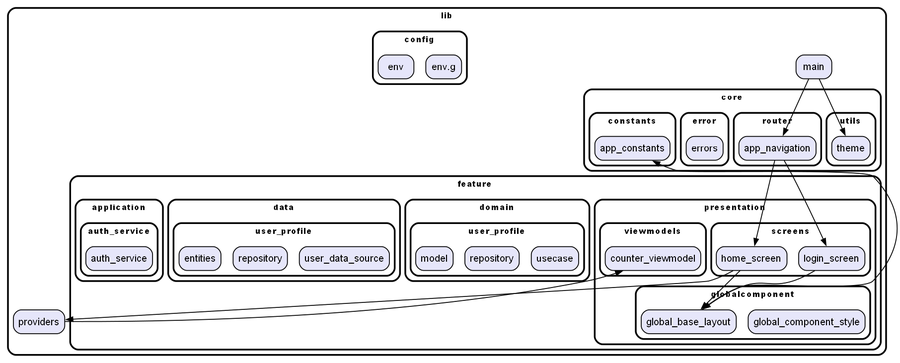
Before: app/dependency_graph.png, a diagram exported from Graphviz (iniyo/init_package). Its source is kept beside it as app/dependency_graph.dot.
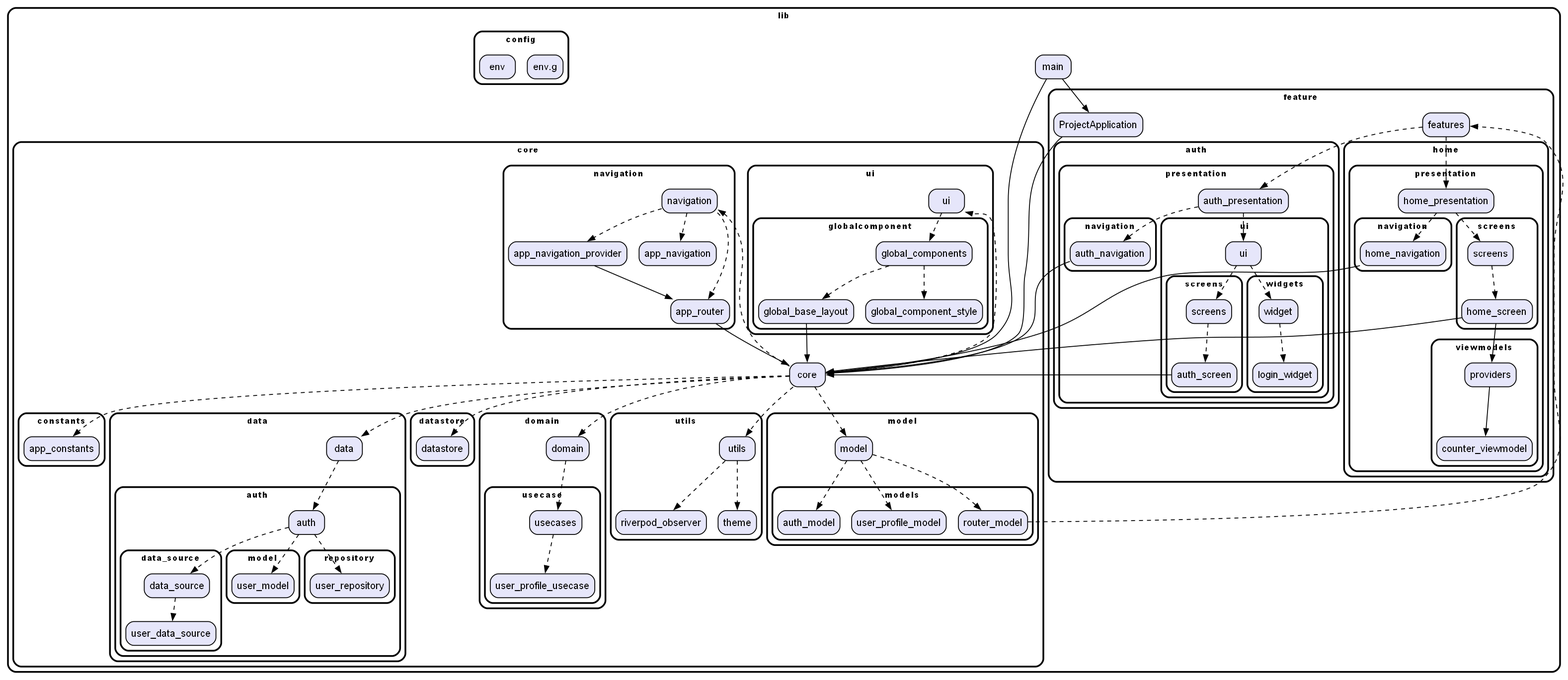
After the commit.

What changed in the source:
```diff
@@ -5,27 +5,51 @@
   "/config/env.dart" [label="env"];
   "/config/env.g.dart" [label="env.g"];
   "/core/constants/app_constants.dart" [label="app_constants"];
-  "/core/error/errors.dart" [label="errors"];
-  "/core/router/app_navigation.dart" [label="app_navigation"];
+  "/core/core.dart" [label="core"];
+  "/core/data/auth/auth.dart" [label="auth"];
+  "/core/data/auth/data_source/data_source.dart" [label="data_source"];
+  "/core/data/auth/data_source/user_data_source.dart" [label="user_data_source"];
+  "/core/data/auth/model/user_model.dart" [label="user_model"];
+  "/core/data/auth/repository/user_repository.dart" [label="user_repository"];
+  "/core/data/data.dart" [label="data"];
+  "/core/datastore/datastore.dart" [label="datastore"];
+  "/core/domain/domain.dart" [label="domain"];
+  "/core/domain/usecase/usecases.dart" [label="usecases"];
+  "/core/domain/usecase/user_profile_usecase.dart" [label="user_profile_usecase"];
+  "/core/model/model.dart" [label="model"];
+  "/core/model/models/auth_model.dart" [label="auth_model"];
+  "/core/model/models/router_model.dart" [label="router_model"];
+  "/core/model/models/user_profile_model.dart" [label="user_profile_model"];
+  "/core/navigation/app_navigation.dart" [label="app_navigation"];
+  "/core/navigation/app_navigation_provider.dart" [label="app_navigation_provider"];
+  "/core/navigation/app_router.dart" [label="app_router"];
+  "/core/navigation/navigation.dart" [label="navigation"];
+  "/core/ui/globalcomponent/global_base_layout.dart" [label="global_base_layout"];
+  "/core/ui/globalcomponent/global_components.dart" [label="global_components"];
+  "/core/ui/globalcomponent/global_component_style.dart" [label="global_component_style"];
+  "/core/ui/ui.dart" [label="ui"];
+  "/core/utils/riverpod_observer.dart" [label="riverpod_observer"];
   "/core/utils/theme.dart" [label="theme"];
-  "/feature/application/auth_service/auth_service.dart" [label="auth_service"];
-  "/feature/data/user_profile/entities.dart" [label="entities"];
-  "/feature/data/user_profile/repository.dart" [label="repository"];
-  "/feature/data/user_profile/user_data_source.dart" [label="user_data_source"];
-  "/feature/domain/user_profile/model.dart" [label="model"];
-  "/feature/domain/user_profile/repository.dart" [label="repository"];
-  "/feature/domain/user_profile/usecase.dart" [label="usecase"];
-  "/feature/presentation/globalcomponent/global_base_layout.dart" [label="global_base_layout"];
-  "/feature/presentation/globalcomponent/global_component_style.dart" [label="global_component_style"];
-  "/feature/presentation/screens/home_screen.dart" [label="home_screen"];
-  "/feature/presentation/screens/login_screen.dart" [label="login_screen"];
-  "/feature/presentation/viewmodels/counter_viewmodel.dart" [label="counter_viewmodel"];
+  "/core/utils/utils.dart" [label="utils"];
+  "/feature/auth/presentation/auth_presentation.dart" [label="auth_presentation"];
+  "/feature/auth/presentation/navigation/auth_navigation.dart" [label="auth_navigation"];
+  "/feature/auth/presentation/ui/screens/auth_screen.dart" [label="auth_screen"];
+  "/feature/auth/presentation/ui/screens/screens.dart" [label="screens"];
+  "/feature/auth/presentation/ui/ui.dart" [label="ui"];
+  "/feature/auth/presentation/ui/widgets/login_widget.dart" [label="login_widget"];
+  "/feature/auth/presentation/ui/widgets/widget.dart" [label="widget"];
+  "/feature/features.dart" [label="features"];
+  "/feature/home/presentation/home_presentation.dart" [label="home_presentation"];
+  "/feature/home/presentation/navigation/home_navigation.dart" [label="home_navigation"];
+  "/feature/home/presentation/screens/home_screen.dart" [label="home_screen"];
+  "/feature/home/presentation/screens/screens.dart" [label="screens"];
+  "/feature/home/presentation/viewmodels/counter_viewmodel.dart" [label="counter_viewmodel"];
+  "/feature/home/presentation/viewmodels/providers.dart" [label="providers"];
+  "/feature/ProjectApplication.dart" [label="ProjectApplication"];
   "/main.dart" [label="main"];
-  "/providers.dart" [label="providers"];
   subgraph "cluster~" {
     label="lib";
     "/main.dart";
-    "/providers.dart";
     subgraph "cluster~/config" {
       label="config";
       "/config/env.dart";
@@ -33,76 +57,179 @@
     }
     subgraph "cluster~/core" {
       label="core";
+      "/core/core.dart";
       subgraph "cluster~/core/constants" {
         label="constants";
         "/core/constants/app_constants.dart";
       }
-      subgraph "cluster~/core/error" {
-        label="error";
-        "/core/error/errors.dart";
+      subgraph "cluster~/core/data" {
+        label="data";
+        "/core/data/data.dart";
+        subgraph "cluster~/core/data/auth" {
+          label="auth";
+          "/core/data/auth/auth.dart";
+          subgraph "cluster~/core/data/auth/data_source" {
+            label="data_source";
+            "/core/data/auth/data_source/data_source.dart";
+            "/core/data/auth/data_source/user_data_source.dart";
+          }
+          subgraph "cluster~/core/data/auth/model" {
+            label="model";
+            "/core/data/auth/model/user_model.dart";
+          }
+          subgraph "cluster~/core/data/auth/repository" {
+            label="repository";
+            "/core/data/auth/repository/user_repository.dart";
+          }
+        }
       }
-      subgraph "cluster~/core/router" {
-        label="router";
-        "/core/router/app_navigation.dart";
+      subgraph "cluster~/core/datastore" {
+        label="datastore";
+        "/core/datastore/datastore.dart";
+      }
+      subgraph "cluster~/core/domain" {
+        label="domain";
+        "/core/domain/domain.dart";
+        subgraph "cluster~/core/domain/usecase" {
+          label="usecase";
+          "/core/domain/usecase/usecases.dart";
+          "/core/domain/usecase/user_profile_usecase.dart";
+        }
+      }
+      subgraph "cluster~/core/model" {
+        label="model";
+        "/core/model/model.dart";
+        subgraph "cluster~/core/model/models" {
+          label="models";
+          "/core/model/models/auth_model.dart";
+          "/core/model/models/router_model.dart";
+          "/core/model/models/user_profile_model.dart";
+        }
+      }
+      subgraph "cluster~/core/navigation" {
+        label="navigation";
+        "/core/navigation/app_navigation.dart";
+        "/core/navigation/app_navigation_provider.dart";
+        "/core/navigation/app_router.dart";
+        "/core/navigation/navigation.dart";
+      }
+      subgraph "cluster~/core/ui" {
+        label="ui";
+        "/core/ui/ui.dart";
+        subgraph "cluster~/core/ui/globalcomponent" {
+          label="globalcomponent";
+          "/core/ui/globalcomponent/global_base_layout.dart";
+          "/core/ui/globalcomponent/global_components.dart";
+          "/core/ui/globalcomponent/global_component_style.dart";
+        }
       }
       subgraph "cluster~/core/utils" {
         label="utils";
+        "/core/utils/riverpod_observer.dart";
         "/core/utils/theme.dart";
+        "/core/utils/utils.dart";
       }
     }
     subgraph "cluster~/feature" {
       label="feature";
-      subgraph "cluster~/feature/application" {
-        label="application";
-        subgraph "cluster~/feature/application/auth_service" {
-          label="auth_service";
-          "/feature/application/auth_service/auth_service.dart";
+      "/feature/features.dart";
+      "/feature/ProjectApplication.dart";
+      subgraph "cluster~/feature/auth" {
+        label="auth";
+        subgraph "cluster~/feature/auth/presentation" {
+          label="presentation";
+          "/feature/auth/presentation/auth_presentation.dart";
+          subgraph "cluster~/feature/auth/presentation/navigation" {
+            label="navigation";
+            "/feature/auth/presentation/navigation/auth_navigation.dart";
+          }
+          subgraph "cluster~/feature/auth/presentation/ui" {
+            label="ui";
+            "/feature/auth/presentation/ui/ui.dart";
+            subgraph "cluster~/feature/auth/presentation/ui/screens" {
+              label="screens";
+              "/feature/auth/presentation/ui/screens/auth_screen.dart";
+              "/feature/auth/presentation/ui/screens/screens.dart";
+            }
+            subgraph "cluster~/feature/auth/presentation/ui/widgets" {
+              label="widgets";
+              "/feature/auth/presentation/ui/widgets/login_widget.dart";
+              "/feature/auth/presentation/ui/widgets/widget.dart";
+            }
+          }
         }
       }
-      subgraph "cluster~/feature/data" {
-        label="data";
-        subgraph "cluster~/feature/data/user_profile" {
-          label="user_profile";
-          "/feature/data/user_profile/entities.dart";
-          "/feature/data/user_profile/repository.dart";
-          "/feature/data/user_profile/user_data_source.dart";
-        }
-      }
-      subgraph "cluster~/feature/domain" {
-        label="domain";
-        subgraph "cluster~/feature/domain/user_profile" {
-          label="user_profile";
-          "/feature/domain/user_profile/model.dart";
-          "/feature/domain/user_profile/repository.dart";
-          "/feature/domain/user_profile/usecase.dart";
-        }
-      }
-      subgraph "cluster~/feature/presentation" {
-        label="presentation";
-        subgraph "cluster~/feature/presentation/globalcomponent" {
-          label="globalcomponent";
-          "/feature/presentation/globalcomponent/global_base_layout.dart";
-          "/feature/presentation/globalcomponent/global_component_style.dart";
-        }
-        subgraph "cluster~/feature/presentation/screens" {
-          label="screens";
-          "/feature/presentation/screens/home_screen.dart";
-          "/feature/presentation/screens/login_screen.dart";
-        }
-        subgraph "cluster~/feature/presentation/viewmodels" {
-          label="viewmodels";
-          "/feature/presentation/viewmodels/counter_viewmodel.dart";
+      subgraph "cluster~/feature/home" {
+        label="home";
+        subgraph "cluster~/feature/home/presentation" {
+          label="presentation";
+          "/feature/home/presentation/home_presentation.dart";
+          subgraph "cluster~/feature/home/presentation/navigation" {
+            label="navigation";
+            "/feature/home/presentation/navigation/home_navigation.dart";
+          }
+          subgraph "cluster~/feature/home/presentation/screens" {
+            label="screens";
+            "/feature/home/presentation/screens/home_screen.dart";
+            "/feature/home/presentation/screens/screens.dart";
+          }
+          subgraph "cluster~/feature/home/presentation/viewmodels" {
+            label="viewmodels";
+            "/feature/home/presentation/viewmodels/counter_viewmodel.dart";
+            "/feature/home/presentation/viewmodels/providers.dart";
+          }
         }
       }
     }
   }
-  "/core/router/app_navigation.dart" -> "/feature/presentation/screens/home_screen.dart";
-  "/core/router/app_navigation.dart" -> "/feature/presentation/screens/login_screen.dart";
-  "/feature/presentation/globalcomponent/global_base_layout.dart" -> "/core/constants/app_constants.dart";
-  "/feature/presentation/screens/home_screen.dart" -> "/feature/presentation/globalcomponent/global_base_layout.dart";
-  "/feature/presentation/screens/home_screen.dart" -> "/providers.dart";
-  "/feature/presentation/screens/login_screen.dart" -> "/feature/presentation/globalcomponent/global_base_layout.dart";
-  "/main.dart" -> "/core/utils/theme.dart";
-  "/main.dart" -> "/core/router/app_navigation.dart";
-  "/providers.dart" -> "/feature/presentation/viewmodels/counter_viewmodel.dart";
+  "/core/core.dart" -> "/core/constants/app_constants.dart" [style=dashed];
+  "/core/core.dart" -> "/core/data/data.dart" [style=dashed];
+  "/core/core.dart" -> "/core/domain/domain.dart" [style=dashed];
+  "/core/core.dart" -> "/core/model/model.dart" [style=dashed];
+  "/core/core.dart" -> "/core/navigation/navigation.dart" [style=dashed];
+  "/core/core.dart" -> "/core/ui/ui.dart" [style=dashed];
+  "/core/core.dart" -> "/core/utils/utils.dart" [style=dashed];
+  "/core/core.dart" -> "/core/datastore/datastore.dart" [style=dashed];
+  "/core/data/auth/auth.dart" -> "/core/data/auth/repository/user_repository.dart" [style=dashed];
+  "/core/data/auth/auth.dart" -> "/core/data/auth/data_source/data_source.dart" [style=dashed];
+  "/core/data/auth/auth.dart" -> "/core/data/auth/model/user_model.dart" [style=dashed];
+  "/core/data/auth/data_source/data_source.dart" -> "/core/data/auth/data_source/user_data_source.dart" [style=dashed];
+  "/core/data/data.dart" -> "/core/data/auth/auth.dart" [style=dashed];
+  "/core/domain/domain.dart" -> "/core/domain/usecase/usecases.dart" [style=dashed];
+  "/core/domain/usecase/usecases.dart" -> "/core/domain/usecase/user_profile_usecase.dart" [style=dashed];
+  "/core/model/model.dart" -> "/core/model/models/router_model.dart" [style=dashed];
+  "/core/model/model.dart" -> "/core/model/models/user_profile_model.dart" [style=dashed];
+  "/core/model/model.dart" -> "/core/model/models/auth_model.dart" [style=dashed];
+  "/core/model/models/router_model.dart" -> "/feature/features.dart" [style=dashed];
+  "/core/navigation/app_navigation_provider.dart" -> "/core/navigation/app_router.dart";
+  "/core/navigation/app_router.dart" -> "/core/core.dart";
+  "/core/navigation/navigation.dart" -> "/core/navigation/app_navigation.dart" [style=dashed];
+  "/core/navigation/navigation.dart" -> "/core/navigation/app_router.dart" [style=dashed];
+  "/core/navigation/navigation.dart" -> "/core/navigation/app_navigation_provider.dart" [style=dashed];
+  "/core/ui/globalcomponent/global_base_layout.dart" -> "/core/core.dart";
+  "/core/ui/globalcomponent/global_components.dart" -> "/core/ui/globalcomponent/global_base_layout.dart" [style=dashed];
+  "/core/ui/globalcomponent/global_components.dart" -> "/core/ui/globalcomponent/global_component_style.dart" [style=dashed];
+  "/core/ui/ui.dart" -> "/core/ui/globalcomponent/global_components.dart" [style=dashed];
+  "/core/utils/utils.dart" -> "/core/utils/theme.dart" [style=dashed];
+  "/core/utils/utils.dart" -> "/core/utils/riverpod_observer.dart" [style=dashed];
+  "/feature/auth/presentation/auth_presentation.dart" -> "/feature/auth/presentation/ui/ui.dart" [style=dashed];
+  "/feature/auth/presentation/auth_presentation.dart" -> "/feature/auth/presentation/navigation/auth_navigation.dart" [style=dashed];
+  "/feature/auth/presentation/navigation/auth_navigation.dart" -> "/core/core.dart";
+  "/feature/auth/presentation/ui/screens/auth_screen.dart" -> "/core/core.dart";
+  "/feature/auth/presentation/ui/screens/screens.dart" -> "/feature/auth/presentation/ui/screens/auth_screen.dart" [style=dashed];
+  "/feature/auth/presentation/ui/ui.dart" -> "/feature/auth/presentation/ui/screens/screens.dart" [style=dashed];
+  "/feature/auth/presentation/ui/ui.dart" -> "/feature/auth/presentation/ui/widgets/widget.dart" [style=dashed];
+  "/feature/auth/presentation/ui/widgets/widget.dart" -> "/feature/auth/presentation/ui/widgets/login_widget.dart" [style=dashed];
+  "/feature/features.dart" -> "/feature/home/presentation/home_presentation.dart" [style=dashed];
+  "/feature/features.dart" -> "/feature/auth/presentation/auth_presentation.dart" [style=dashed];
+  "/feature/home/presentation/home_presentation.dart" -> "/feature/home/presentation/screens/screens.dart" [style=dashed];
+  "/feature/home/presentation/home_presentation.dart" -> "/feature/home/presentation/navigation/home_navigation.dart" [style=dashed];
+  "/feature/home/presentation/navigation/home_navigation.dart" -> "/core/core.dart";
+  "/feature/home/presentation/screens/home_screen.dart" -> "/core/core.dart";
+  "/feature/home/presentation/screens/home_screen.dart" -> "/feature/home/presentation/viewmodels/providers.dart";
+  "/feature/home/presentation/screens/screens.dart" -> "/feature/home/presentation/screens/home_screen.dart" [style=dashed];
+  "/feature/home/presentation/viewmodels/providers.dart" -> "/feature/home/presentation/viewmodels/counter_viewmodel.dart";
+  "/feature/ProjectApplication.dart" -> "/core/core.dart";
+  "/main.dart" -> "/feature/ProjectApplication.dart";
+  "/main.dart" -> "/core/core.dart";
 }
```
